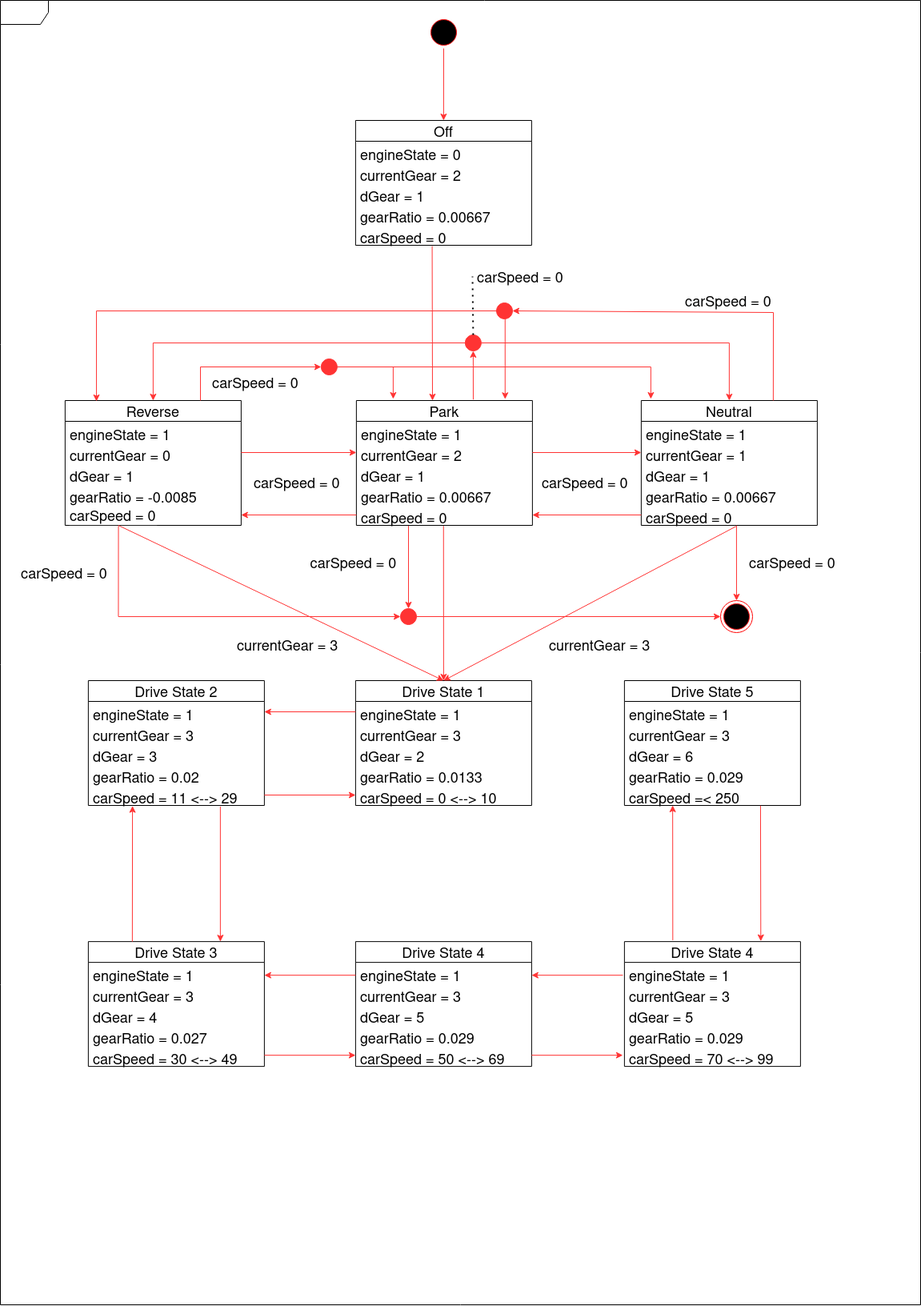
Above: docs/State Diagram (Rev 2).png in MatthewYung0/volvo-boot-camp-2022-smokey-lab (draw.io), before the change. Source tidied: cells renumbered, new cells last; positions are measured from the earlier drawing's top-left corner, leaving out a move shared by most shapes.
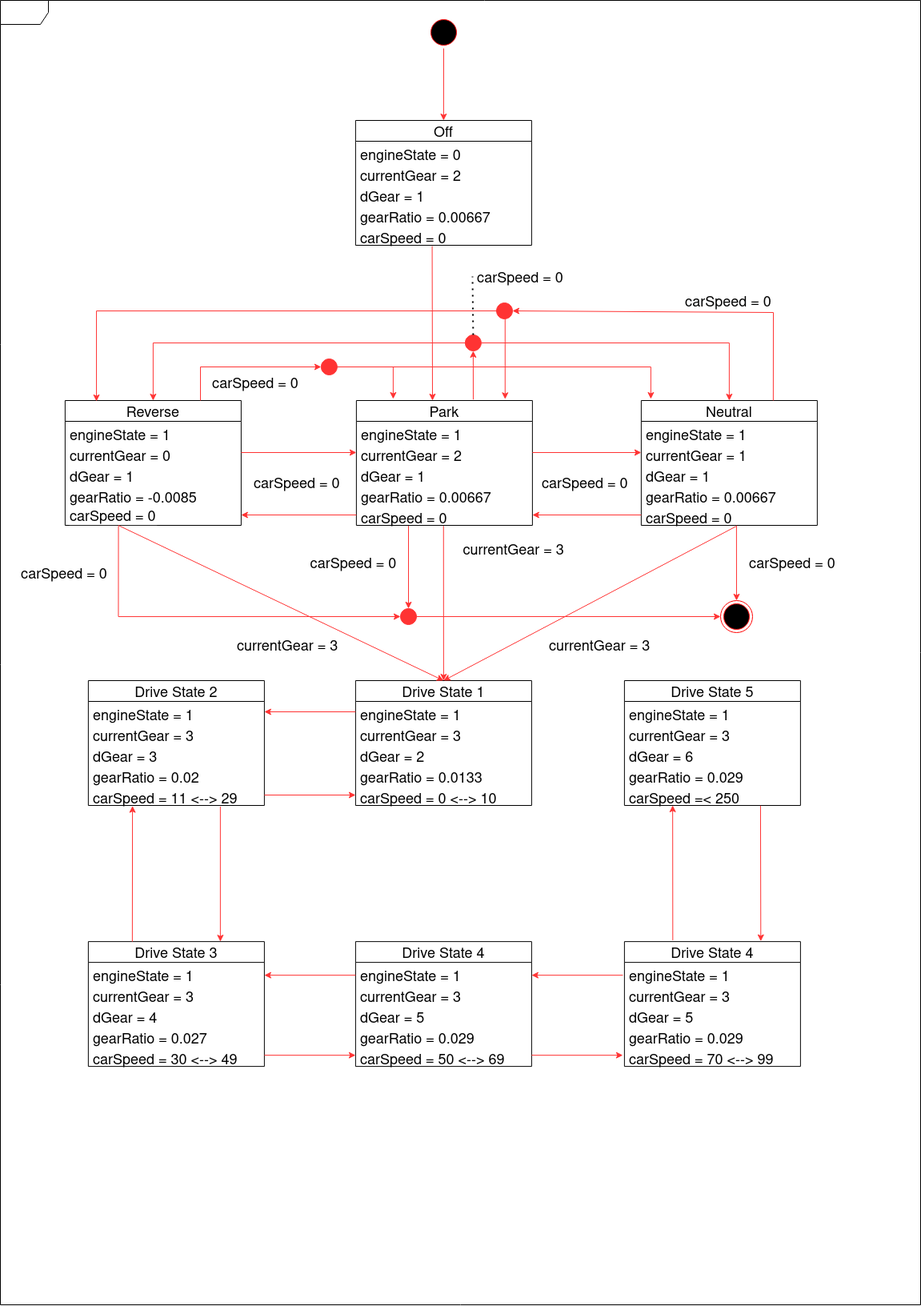
After the commit.

Change to the diagram source:
```diff
@@ -378,5 +378,8 @@
     <mxCell id="111" value="currentGear = 3" style="text;strokeColor=none;fillColor=none;align=left;verticalAlign=middle;spacingLeft=4;spacingRight=4;overflow=hidden;fontSize=18;" parent="1" vertex="1">
       <mxGeometry x="680" y="790" width="140" height="30" as="geometry" />
     </mxCell>
+    <mxCell id="112" value="currentGear = 3" style="text;strokeColor=none;fillColor=none;align=left;verticalAlign=middle;spacingLeft=4;spacingRight=4;overflow=hidden;fontSize=18;" parent="1" vertex="1">
+      <mxGeometry x="572.5" y="670" width="140" height="30" as="geometry" />
+    </mxCell>
   </root>
 </mxGraphModel>
```
